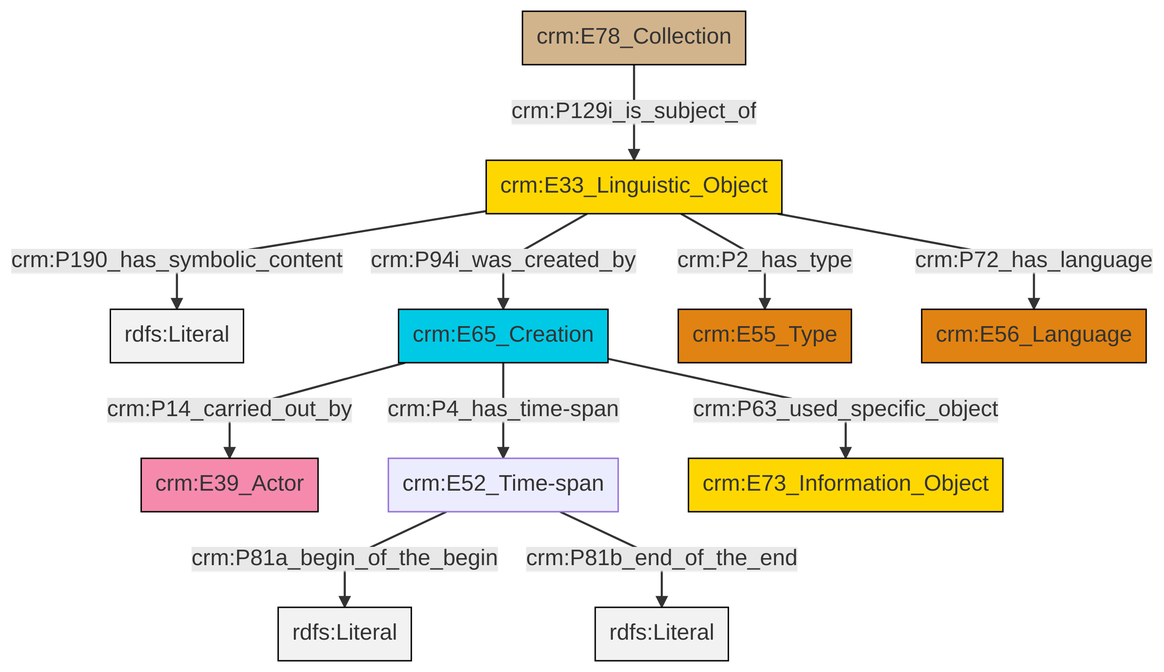
Above: et/archivalCSV/ttl/mmd/png/archival_desc.png in swiss-art-research-net/docs.swissartresearch (Mermaid), before the change. Its source is kept beside it as et/archivalCSV/ttl/mmd/archival_desc.ttl.mmd.
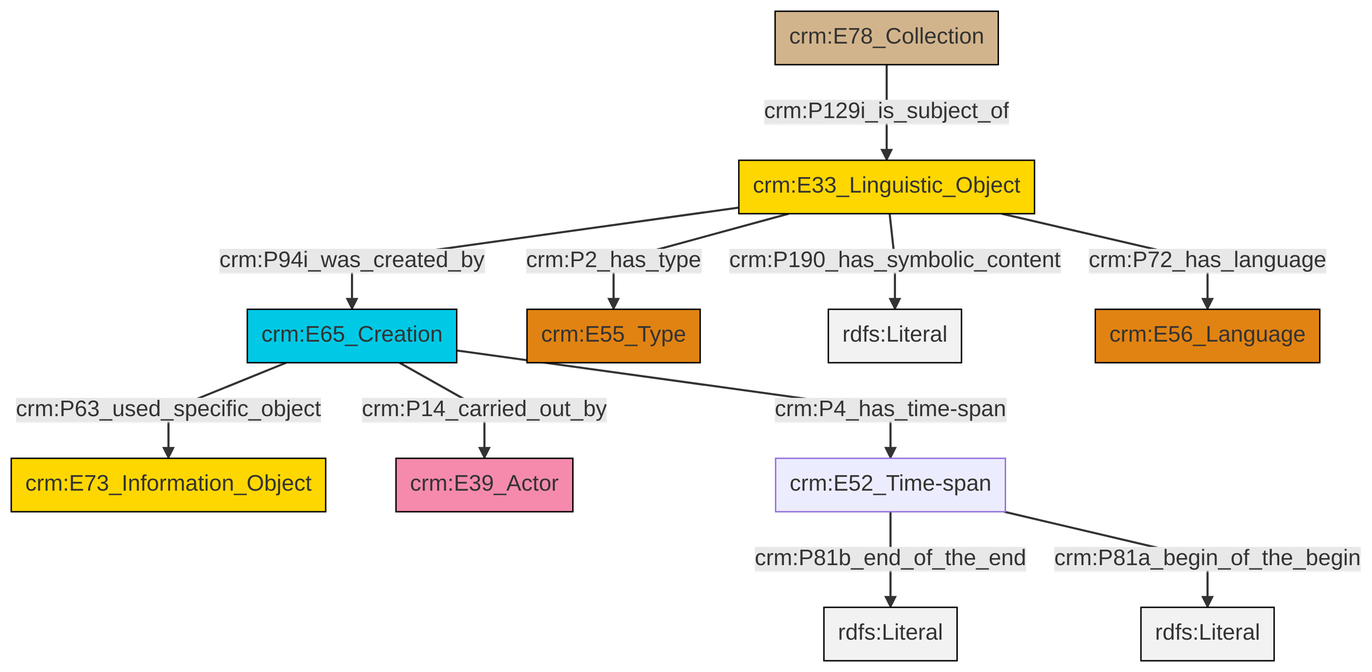
After the commit.

The edit, as a diff of the source:
```diff
@@ -13,13 +13,13 @@
 classDef PC_Classes fill:#4ce600, stroke:#000000;
 classDef Multi fill:#cccccc,stroke:#000000;
 
-0["crm:E33_Linguistic_Object"]:::Conceptual_Object -->|crm:P190_has_symbolic_content| 1[rdfs:Literal]:::Literal
-4["crm:E65_Creation"]:::Temporal_Entity -->|crm:P14_carried_out_by| 2["crm:E39_Actor"]:::Actor
-4["crm:E65_Creation"]:::Temporal_Entity -->|crm:P4_has_time-span| 6["crm:E52_Time-span"]:::Default
-6["crm:E52_Time-span"]:::Default -->|crm:P81a_begin_of_the_begin| 8[rdfs:Literal]:::Literal
-4["crm:E65_Creation"]:::Temporal_Entity -->|crm:P63_used_specific_object| 11["crm:E73_Information_Object"]:::Conceptual_Object
-6["crm:E52_Time-span"]:::Default -->|crm:P81b_end_of_the_end| 14[rdfs:Literal]:::Literal
-16["crm:E78_Collection"]:::Physical_Thing -->|crm:P129i_is_subject_of| 0["crm:E33_Linguistic_Object"]:::Conceptual_Object
-0["crm:E33_Linguistic_Object"]:::Conceptual_Object -->|crm:P2_has_type| 9["crm:E55_Type"]:::Type
-0["crm:E33_Linguistic_Object"]:::Conceptual_Object -->|crm:P72_has_language| 12["crm:E56_Language"]:::Type
-0["crm:E33_Linguistic_Object"]:::Conceptual_Object -->|crm:P94i_was_created_by| 4["crm:E65_Creation"]:::Temporal_Entity
+0["crm:E78_Collection"]:::Physical_Thing -->|crm:P129i_is_subject_of| 2["crm:E33_Linguistic_Object"]:::Conceptual_Object
+2["crm:E33_Linguistic_Object"]:::Conceptual_Object -->|crm:P2_has_type| 11["crm:E55_Type"]:::Type
+2["crm:E33_Linguistic_Object"]:::Conceptual_Object -->|crm:P190_has_symbolic_content| 13[rdfs:Literal]:::Literal
+7["crm:E65_Creation"]:::Temporal_Entity -->|crm:P63_used_specific_object| 3["crm:E73_Information_Object"]:::Conceptual_Object
+7["crm:E65_Creation"]:::Temporal_Entity -->|crm:P4_has_time-span| 9["crm:E52_Time-span"]:::Default
+2["crm:E33_Linguistic_Object"]:::Conceptual_Object -->|crm:P94i_was_created_by| 7["crm:E65_Creation"]:::Temporal_Entity
+7["crm:E65_Creation"]:::Temporal_Entity -->|crm:P14_carried_out_by| 5["crm:E39_Actor"]:::Actor
+9["crm:E52_Time-span"]:::Default -->|crm:P81b_end_of_the_end| 16[rdfs:Literal]:::Literal
+9["crm:E52_Time-span"]:::Default -->|crm:P81a_begin_of_the_begin| 17[rdfs:Literal]:::Literal
+2["crm:E33_Linguistic_Object"]:::Conceptual_Object -->|crm:P72_has_language| 14["crm:E56_Language"]:::Type
```
